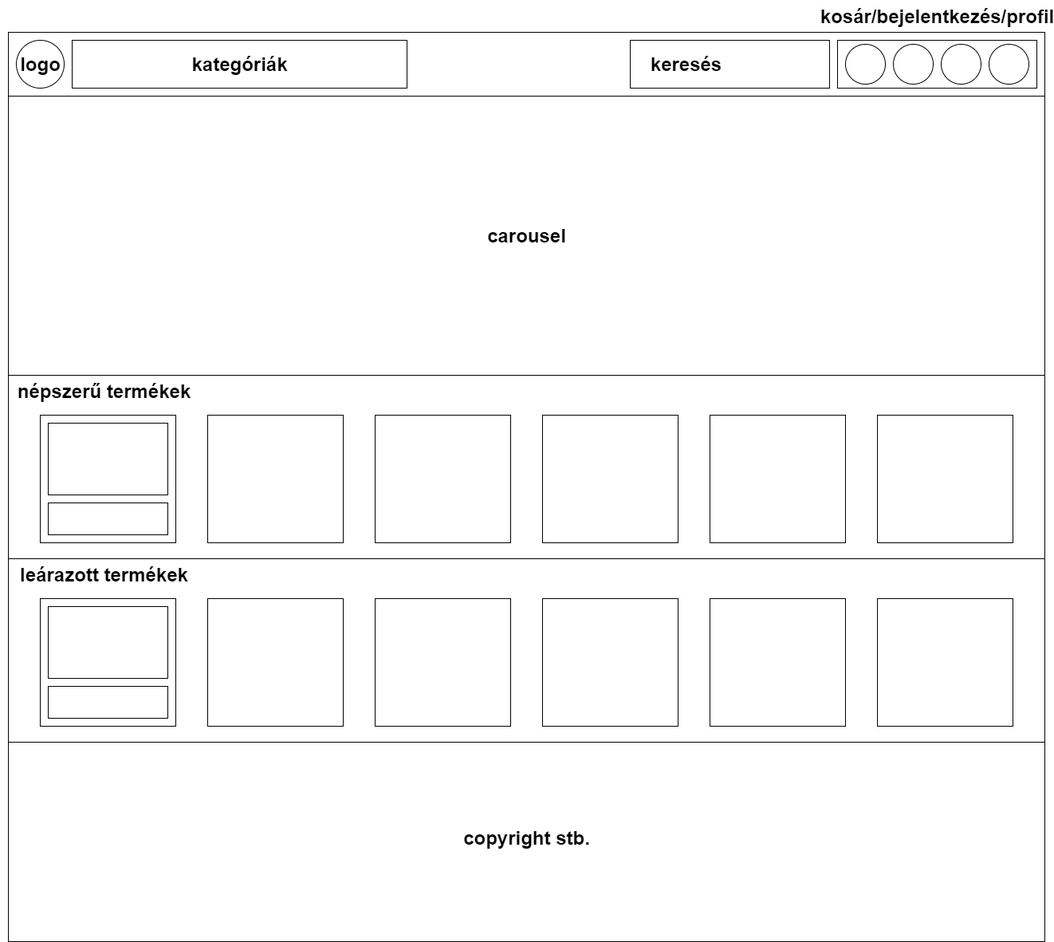
Above: Dokumentáció/fooldal.png in szepema/Webshop (draw.io), before the change. Source tidied: cells renumbered, new cells last; positions are measured from the earlier drawing's top-left corner, leaving out a move shared by most shapes. Its diagram source:
```xml
<mxGraphModel>
  <root>
    <mxCell id="0" />
    <mxCell id="1" parent="0" />
    <mxCell id="2" style="whiteSpace=wrap;html=1;" parent="1" vertex="1">
      <mxGeometry x="10" y="40" width="1300" height="80" as="geometry" />
    </mxCell>
    <mxCell id="3" style="whiteSpace=wrap;html=1;" parent="1" vertex="1">
      <mxGeometry x="10" y="120" width="1300" height="1060" as="geometry" />
    </mxCell>
    <mxCell id="4" style="rounded=0;whiteSpace=wrap;html=1;" parent="1" vertex="1">
      <mxGeometry x="90" y="50" width="420" height="60" as="geometry" />
    </mxCell>
    <mxCell id="5" style="ellipse;whiteSpace=wrap;html=1;" parent="1" vertex="1">
      <mxGeometry x="20" y="50" width="60" height="60" as="geometry" />
    </mxCell>
    <mxCell id="6" style="rounded=0;whiteSpace=wrap;html=1;" parent="1" vertex="1">
      <mxGeometry x="1050" y="50" width="250" height="60" as="geometry" />
    </mxCell>
    <mxCell id="7" style="ellipse;whiteSpace=wrap;html=1;" parent="1" vertex="1">
      <mxGeometry x="1060" y="55" width="50" height="50" as="geometry" />
    </mxCell>
    <mxCell id="8" style="ellipse;whiteSpace=wrap;html=1;" parent="1" vertex="1">
      <mxGeometry x="1120" y="55" width="50" height="50" as="geometry" />
    </mxCell>
    <mxCell id="9" style="ellipse;whiteSpace=wrap;html=1;" parent="1" vertex="1">
      <mxGeometry x="1180" y="55" width="50" height="50" as="geometry" />
    </mxCell>
    <mxCell id="10" style="ellipse;whiteSpace=wrap;html=1;" parent="1" vertex="1">
      <mxGeometry x="1240" y="55" width="50" height="50" as="geometry" />
    </mxCell>
    <mxCell id="11" style="rounded=0;whiteSpace=wrap;html=1;" parent="1" vertex="1">
      <mxGeometry x="790" y="50" width="250" height="60" as="geometry" />
    </mxCell>
    <mxCell id="12" value="logo" style="text;strokeColor=none;fillColor=none;html=1;fontSize=24;fontStyle=1;verticalAlign=middle;align=center;" parent="1" vertex="1">
      <mxGeometry y="60" width="100" height="40" as="geometry" />
    </mxCell>
    <mxCell id="13" value="kategóriák" style="text;strokeColor=none;fillColor=none;html=1;fontSize=24;fontStyle=1;verticalAlign=middle;align=center;" parent="1" vertex="1">
      <mxGeometry x="110" y="60" width="380" height="40" as="geometry" />
    </mxCell>
    <mxCell id="14" value="keresés" style="text;strokeColor=none;fillColor=none;html=1;fontSize=24;fontStyle=1;verticalAlign=middle;align=center;" parent="1" vertex="1">
      <mxGeometry x="810" y="60" width="100" height="40" as="geometry" />
    </mxCell>
    <mxCell id="15" value="kosár/bejelentkezés/profil&lt;br&gt;" style="text;strokeColor=none;fillColor=none;html=1;fontSize=24;fontStyle=1;verticalAlign=middle;align=center;" parent="1" vertex="1">
      <mxGeometry x="1040" width="270" height="40" as="geometry" />
    </mxCell>
    <mxCell id="16" style="rounded=0;whiteSpace=wrap;html=1;fillColor=none;" parent="1" vertex="1">
      <mxGeometry x="10" y="120" width="1300" height="350" as="geometry" />
    </mxCell>
    <mxCell id="17" value="carousel&lt;br&gt;" style="text;strokeColor=none;fillColor=none;html=1;fontSize=24;fontStyle=1;verticalAlign=middle;align=center;" parent="1" vertex="1">
      <mxGeometry x="425" y="250" width="470" height="90" as="geometry" />
    </mxCell>
    <mxCell id="18" style="rounded=0;whiteSpace=wrap;html=1;fillColor=none;" parent="1" vertex="1">
      <mxGeometry x="10" y="470" width="1300" height="230" as="geometry" />
    </mxCell>
    <mxCell id="19" style="rounded=0;whiteSpace=wrap;html=1;fillColor=none;" parent="1" vertex="1">
      <mxGeometry x="10" y="700" width="1300" height="230" as="geometry" />
    </mxCell>
    <mxCell id="20" value="copyright stb." style="text;strokeColor=none;fillColor=none;html=1;fontSize=24;fontStyle=1;verticalAlign=middle;align=center;" parent="1" vertex="1">
      <mxGeometry x="610" y="1030" width="100" height="40" as="geometry" />
    </mxCell>
    <mxCell id="21" value="népszerű termékek" style="text;strokeColor=none;fillColor=none;html=1;fontSize=24;fontStyle=1;verticalAlign=middle;align=center;" parent="1" vertex="1">
      <mxGeometry x="80" y="470" width="100" height="40" as="geometry" />
    </mxCell>
    <mxCell id="22" value="leárazott termékek" style="text;strokeColor=none;fillColor=none;html=1;fontSize=24;fontStyle=1;verticalAlign=middle;align=center;" parent="1" vertex="1">
      <mxGeometry x="80" y="700" width="100" height="40" as="geometry" />
    </mxCell>
    <mxCell id="23" style="rounded=0;whiteSpace=wrap;html=1;fillColor=none;" parent="1" vertex="1">
      <mxGeometry x="50" y="520" width="170" height="160" as="geometry" />
    </mxCell>
    <mxCell id="24" style="rounded=0;whiteSpace=wrap;html=1;fillColor=none;" parent="1" vertex="1">
      <mxGeometry x="260" y="520" width="170" height="160" as="geometry" />
    </mxCell>
    <mxCell id="25" style="rounded=0;whiteSpace=wrap;html=1;fillColor=none;" parent="1" vertex="1">
      <mxGeometry x="470" y="520" width="170" height="160" as="geometry" />
    </mxCell>
    <mxCell id="26" style="rounded=0;whiteSpace=wrap;html=1;fillColor=none;" parent="1" vertex="1">
      <mxGeometry x="680" y="520" width="170" height="160" as="geometry" />
    </mxCell>
    <mxCell id="27" style="rounded=0;whiteSpace=wrap;html=1;fillColor=none;" parent="1" vertex="1">
      <mxGeometry x="890" y="520" width="170" height="160" as="geometry" />
    </mxCell>
    <mxCell id="28" style="rounded=0;whiteSpace=wrap;html=1;fillColor=none;" parent="1" vertex="1">
      <mxGeometry x="60" y="530" width="150" height="90" as="geometry" />
    </mxCell>
    <mxCell id="29" style="rounded=0;whiteSpace=wrap;html=1;fillColor=none;" parent="1" vertex="1">
      <mxGeometry x="60" y="630" width="150" height="40" as="geometry" />
    </mxCell>
    <mxCell id="30" style="rounded=0;whiteSpace=wrap;html=1;fillColor=none;" parent="1" vertex="1">
      <mxGeometry x="50" y="520" width="170" height="160" as="geometry" />
    </mxCell>
    <mxCell id="31" style="rounded=0;whiteSpace=wrap;html=1;fillColor=none;" parent="1" vertex="1">
      <mxGeometry x="60" y="530" width="150" height="90" as="geometry" />
    </mxCell>
    <mxCell id="32" style="rounded=0;whiteSpace=wrap;html=1;fillColor=none;" parent="1" vertex="1">
      <mxGeometry x="60" y="630" width="150" height="40" as="geometry" />
    </mxCell>
    <mxCell id="33" style="rounded=0;whiteSpace=wrap;html=1;fillColor=none;" parent="1" vertex="1">
      <mxGeometry x="260" y="520" width="170" height="160" as="geometry" />
    </mxCell>
    <mxCell id="34" style="rounded=0;whiteSpace=wrap;html=1;fillColor=none;" parent="1" vertex="1">
      <mxGeometry x="470" y="520" width="170" height="160" as="geometry" />
    </mxCell>
    <mxCell id="35" style="rounded=0;whiteSpace=wrap;html=1;fillColor=none;" parent="1" vertex="1">
      <mxGeometry x="680" y="520" width="170" height="160" as="geometry" />
    </mxCell>
    <mxCell id="36" style="rounded=0;whiteSpace=wrap;html=1;fillColor=none;" parent="1" vertex="1">
      <mxGeometry x="890" y="520" width="170" height="160" as="geometry" />
    </mxCell>
    <mxCell id="37" style="rounded=0;whiteSpace=wrap;html=1;fillColor=none;" parent="1" vertex="1">
      <mxGeometry x="50" y="750" width="170" height="160" as="geometry" />
    </mxCell>
    <mxCell id="38" style="rounded=0;whiteSpace=wrap;html=1;fillColor=none;" parent="1" vertex="1">
      <mxGeometry x="60" y="760" width="150" height="90" as="geometry" />
    </mxCell>
    <mxCell id="39" style="rounded=0;whiteSpace=wrap;html=1;fillColor=none;" parent="1" vertex="1">
      <mxGeometry x="60" y="860" width="150" height="40" as="geometry" />
    </mxCell>
    <mxCell id="40" style="rounded=0;whiteSpace=wrap;html=1;fillColor=none;" parent="1" vertex="1">
      <mxGeometry x="260" y="750" width="170" height="160" as="geometry" />
    </mxCell>
    <mxCell id="41" style="rounded=0;whiteSpace=wrap;html=1;fillColor=none;" parent="1" vertex="1">
      <mxGeometry x="470" y="750" width="170" height="160" as="geometry" />
    </mxCell>
    <mxCell id="42" style="rounded=0;whiteSpace=wrap;html=1;fillColor=none;" parent="1" vertex="1">
      <mxGeometry x="680" y="750" width="170" height="160" as="geometry" />
    </mxCell>
    <mxCell id="43" style="rounded=0;whiteSpace=wrap;html=1;fillColor=none;" parent="1" vertex="1">
      <mxGeometry x="890" y="750" width="170" height="160" as="geometry" />
    </mxCell>
    <mxCell id="44" style="rounded=0;whiteSpace=wrap;html=1;fillColor=none;" parent="1" vertex="1">
      <mxGeometry x="1100" y="750" width="170" height="160" as="geometry" />
    </mxCell>
    <mxCell id="45" style="rounded=0;whiteSpace=wrap;html=1;fillColor=none;" parent="1" vertex="1">
      <mxGeometry x="1100" y="520" width="170" height="160" as="geometry" />
    </mxCell>
  </root>
</mxGraphModel>
```
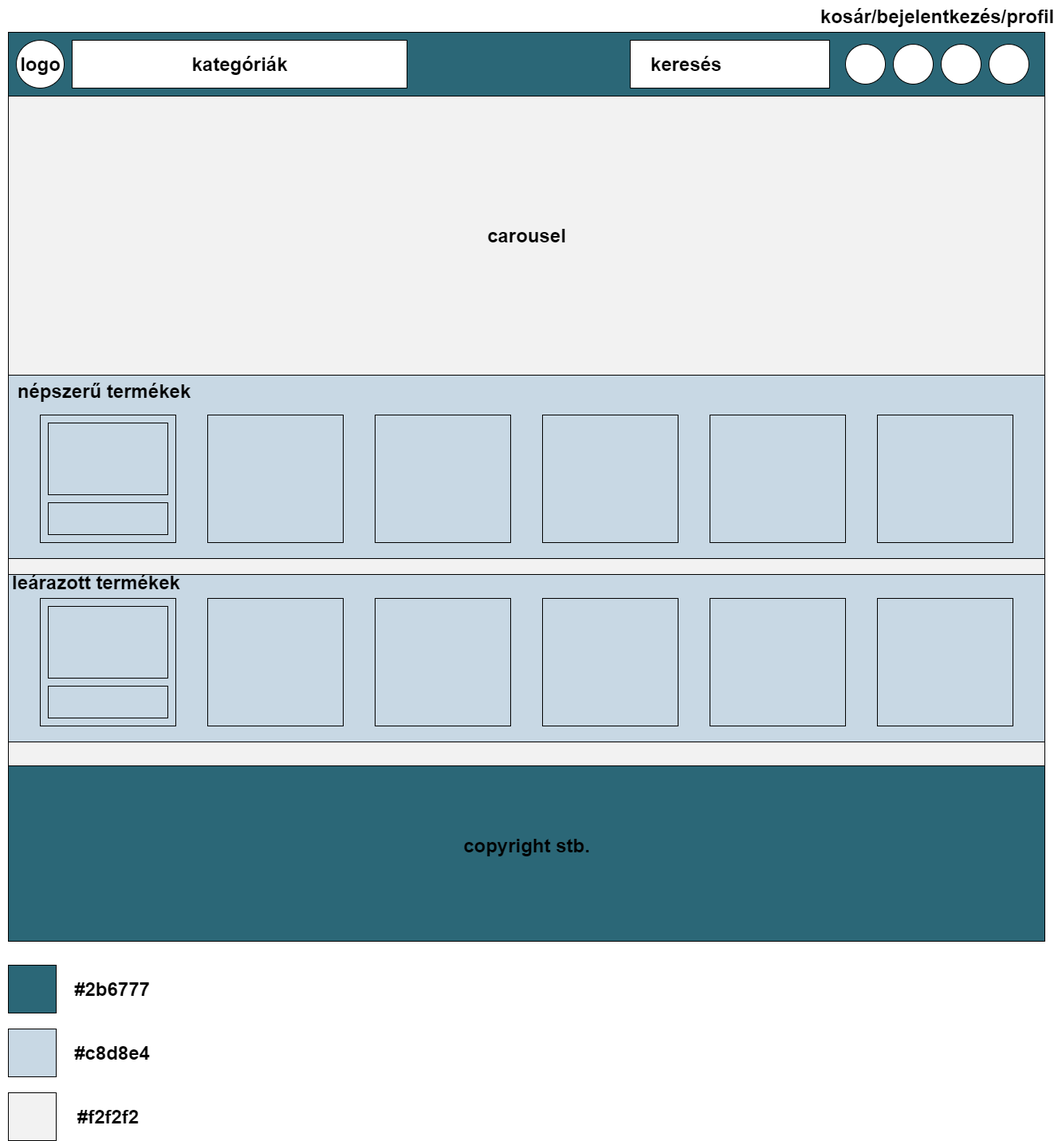
Above is the later version.

What changed in the source:
```diff
@@ -2,10 +2,10 @@
   <root>
     <mxCell id="0" />
     <mxCell id="1" parent="0" />
-    <mxCell id="2" style="whiteSpace=wrap;html=1;" parent="1" vertex="1">
+    <mxCell id="2" style="whiteSpace=wrap;html=1;fillColor=#2b6777;" parent="1" vertex="1">
       <mxGeometry x="10" y="40" width="1300" height="80" as="geometry" />
     </mxCell>
-    <mxCell id="3" style="whiteSpace=wrap;html=1;" parent="1" vertex="1">
+    <mxCell id="3" style="whiteSpace=wrap;html=1;fillColor=#f2f2f2;" parent="1" vertex="1">
       <mxGeometry x="10" y="120" width="1300" height="1060" as="geometry" />
     </mxCell>
     <mxCell id="4" style="rounded=0;whiteSpace=wrap;html=1;" parent="1" vertex="1">
@@ -14,9 +14,6 @@
     <mxCell id="5" style="ellipse;whiteSpace=wrap;html=1;" parent="1" vertex="1">
       <mxGeometry x="20" y="50" width="60" height="60" as="geometry" />
     </mxCell>
-    <mxCell id="6" style="rounded=0;whiteSpace=wrap;html=1;" parent="1" vertex="1">
-      <mxGeometry x="1050" y="50" width="250" height="60" as="geometry" />
-    </mxCell>
     <mxCell id="7" style="ellipse;whiteSpace=wrap;html=1;" parent="1" vertex="1">
       <mxGeometry x="1060" y="55" width="50" height="50" as="geometry" />
     </mxCell>
@@ -50,20 +47,17 @@
     <mxCell id="17" value="carousel&lt;br&gt;" style="text;strokeColor=none;fillColor=none;html=1;fontSize=24;fontStyle=1;verticalAlign=middle;align=center;" parent="1" vertex="1">
       <mxGeometry x="425" y="250" width="470" height="90" as="geometry" />
     </mxCell>
-    <mxCell id="18" style="rounded=0;whiteSpace=wrap;html=1;fillColor=none;" parent="1" vertex="1">
+    <mxCell id="18" style="rounded=0;whiteSpace=wrap;html=1;fillColor=#c8d8e4;" parent="1" vertex="1">
       <mxGeometry x="10" y="470" width="1300" height="230" as="geometry" />
     </mxCell>
-    <mxCell id="19" style="rounded=0;whiteSpace=wrap;html=1;fillColor=none;" parent="1" vertex="1">
-      <mxGeometry x="10" y="700" width="1300" height="230" as="geometry" />
+    <mxCell id="19" style="rounded=0;whiteSpace=wrap;html=1;fillColor=#C8D8E4;" parent="1" vertex="1">
+      <mxGeometry x="10" y="720" width="1300" height="210" as="geometry" />
     </mxCell>
-    <mxCell id="20" value="copyright stb." style="text;strokeColor=none;fillColor=none;html=1;fontSize=24;fontStyle=1;verticalAlign=middle;align=center;" parent="1" vertex="1">
-      <mxGeometry x="610" y="1030" width="100" height="40" as="geometry" />
-    </mxCell>
     <mxCell id="21" value="népszerű termékek" style="text;strokeColor=none;fillColor=none;html=1;fontSize=24;fontStyle=1;verticalAlign=middle;align=center;" parent="1" vertex="1">
       <mxGeometry x="80" y="470" width="100" height="40" as="geometry" />
     </mxCell>
     <mxCell id="22" value="leárazott termékek" style="text;strokeColor=none;fillColor=none;html=1;fontSize=24;fontStyle=1;verticalAlign=middle;align=center;" parent="1" vertex="1">
-      <mxGeometry x="80" y="700" width="100" height="40" as="geometry" />
+      <mxGeometry x="70" y="710" width="100" height="40" as="geometry" />
     </mxCell>
     <mxCell id="23" style="rounded=0;whiteSpace=wrap;html=1;fillColor=none;" parent="1" vertex="1">
       <mxGeometry x="50" y="520" width="170" height="160" as="geometry" />
@@ -134,5 +128,29 @@
     <mxCell id="45" style="rounded=0;whiteSpace=wrap;html=1;fillColor=none;" parent="1" vertex="1">
       <mxGeometry x="1100" y="520" width="170" height="160" as="geometry" />
     </mxCell>
+    <mxCell id="46" style="rounded=0;whiteSpace=wrap;html=1;fillColor=#2B6777;" parent="1" vertex="1">
+      <mxGeometry x="10" y="960" width="1300" height="220" as="geometry" />
+    </mxCell>
+    <mxCell id="20" value="copyright stb." style="text;strokeColor=none;fillColor=none;html=1;fontSize=24;fontStyle=1;verticalAlign=middle;align=center;" parent="1" vertex="1">
+      <mxGeometry x="610" y="1040" width="100" height="40" as="geometry" />
+    </mxCell>
+    <mxCell id="47" style="rounded=0;whiteSpace=wrap;html=1;fillColor=#2B6777;" parent="1" vertex="1">
+      <mxGeometry x="10" y="1210" width="60" height="60" as="geometry" />
+    </mxCell>
+    <mxCell id="48" value="#2b6777" style="text;strokeColor=none;fillColor=none;html=1;fontSize=24;fontStyle=1;verticalAlign=middle;align=center;" parent="1" vertex="1">
+      <mxGeometry x="90" y="1220" width="100" height="40" as="geometry" />
+    </mxCell>
+    <mxCell id="49" style="rounded=0;whiteSpace=wrap;html=1;fillColor=#C8D8E4;" parent="1" vertex="1">
+      <mxGeometry x="10" y="1290" width="60" height="60" as="geometry" />
+    </mxCell>
+    <mxCell id="50" style="rounded=0;whiteSpace=wrap;html=1;fillColor=#f2f2f2;" parent="1" vertex="1">
+      <mxGeometry x="10" y="1370" width="60" height="60" as="geometry" />
+    </mxCell>
+    <mxCell id="51" value="#f2f2f2" style="text;strokeColor=none;fillColor=none;html=1;fontSize=24;fontStyle=1;verticalAlign=middle;align=center;" parent="1" vertex="1">
+      <mxGeometry x="85" y="1380" width="100" height="40" as="geometry" />
+    </mxCell>
+    <mxCell id="52" value="#c8d8e4" style="text;strokeColor=none;fillColor=none;html=1;fontSize=24;fontStyle=1;verticalAlign=middle;align=center;" parent="1" vertex="1">
+      <mxGeometry x="90" y="1300" width="100" height="40" as="geometry" />
+    </mxCell>
   </root>
 </mxGraphModel>
```
